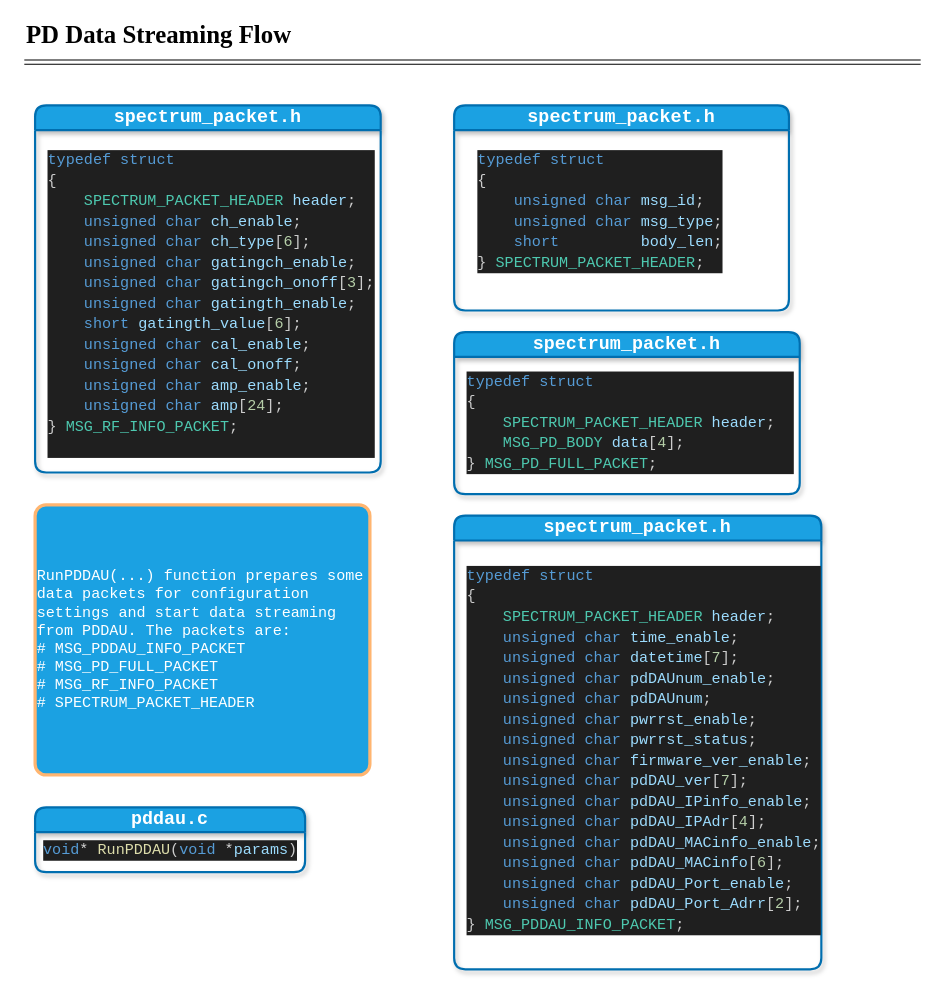
This is PDA Project/PD Data Stream Flow.drawio from jibonaronno/documentsA, a draw.io file, before an edit. Source tidied: cells renumbered, new cells numbered last; positions are measured from the earlier drawing's top-left corner, leaving out a move shared by most shapes. Both pictures are drawn from the tidied source at 108%, with x=0, y=0 at pixel (24, 18).
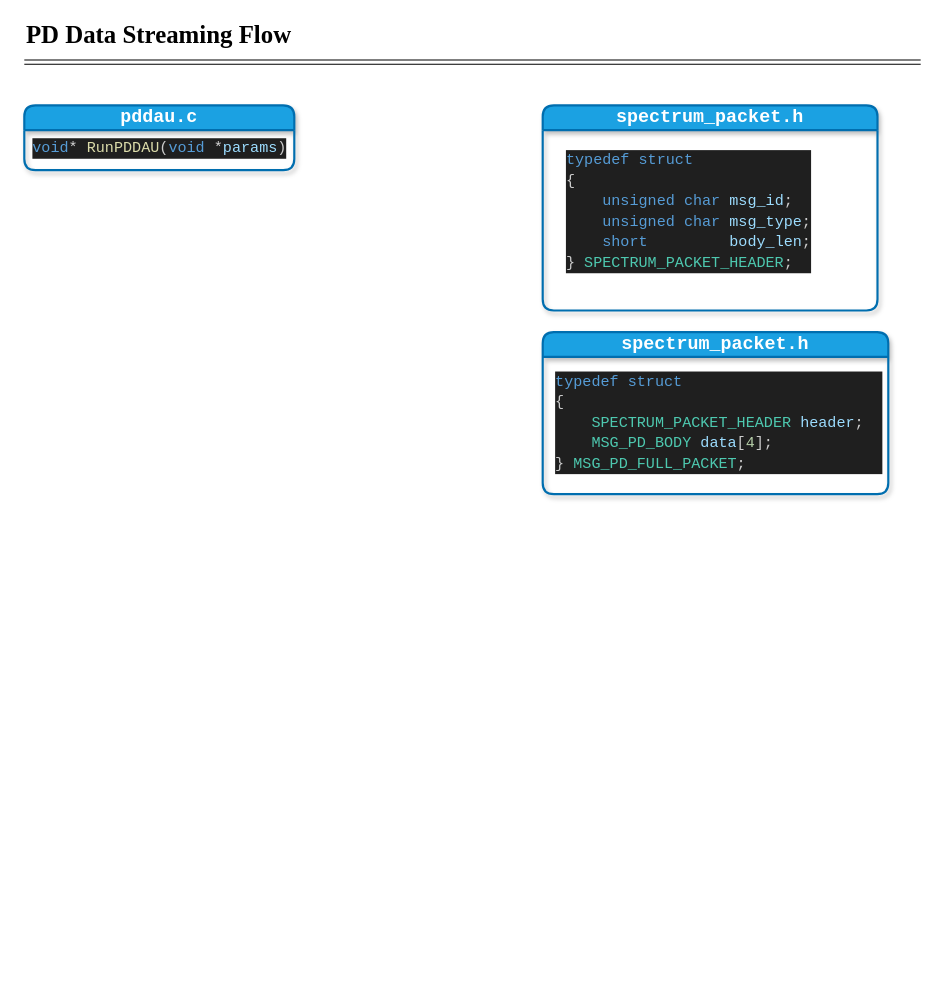
The same page after the edit.

Change to the diagram source:
```diff
@@
 <mxGraphModel>
   <root>
     <mxCell id="0" />
     <mxCell id="1" parent="0" />
     <mxCell id="2" style="edgeStyle=none;orthogonalLoop=1;jettySize=auto;html=1;rounded=0;shape=link;" parent="1" edge="1">
       <mxGeometry relative="1" as="geometry">
         <mxPoint y="40" as="sourcePoint" />
         <mxPoint x="830" y="40" as="targetPoint" />
         <Array as="points">
           <mxPoint x="390" y="40" />
         </Array>
       </mxGeometry>
     </mxCell>
     <mxCell id="3" value="&lt;font style=&quot;font-size: 23px;&quot; face=&quot;Times New Roman&quot;&gt;&lt;b&gt;PD Data Streaming Flow&lt;/b&gt;&lt;/font&gt;" style="text;strokeColor=none;align=left;fillColor=none;html=1;verticalAlign=middle;whiteSpace=wrap;rounded=0;" parent="1" vertex="1">
       <mxGeometry width="350" height="30" as="geometry" />
     </mxCell>
     <mxCell id="4" value="&lt;font face=&quot;Courier New&quot; style=&quot;font-size: 17px;&quot;&gt;pddau.c&lt;/font&gt;" style="swimlane;whiteSpace=wrap;html=1;swimlaneFillColor=none;rounded=1;fillColor=#1ba1e2;strokeColor=#006EAF;fontColor=#ffffff;strokeWidth=2;perimeterSpacing=4;glass=0;shadow=1;" parent="1" vertex="1">
-      <mxGeometry x="10" y="730" width="250" height="60" as="geometry" />
+      <mxGeometry y="80" width="250" height="60" as="geometry" />
     </mxCell>
     <mxCell id="5" value="&lt;div style=&quot;color: rgb(204, 204, 204); background-color: rgb(31, 31, 31); font-family: Consolas, &amp;quot;Courier New&amp;quot;, monospace; font-size: 14px; line-height: 19px; white-space-collapse: preserve;&quot;&gt;&lt;span style=&quot;color: #569cd6;&quot;&gt;void&lt;/span&gt;&lt;span style=&quot;color: #d4d4d4;&quot;&gt;*&lt;/span&gt; &lt;span style=&quot;color: #dcdcaa;&quot;&gt;RunPDDAU&lt;/span&gt;(&lt;span style=&quot;color: #569cd6;&quot;&gt;void&lt;/span&gt; &lt;span style=&quot;color: #d4d4d4;&quot;&gt;*&lt;/span&gt;&lt;span style=&quot;color: #9cdcfe;&quot;&gt;params&lt;/span&gt;)&lt;/div&gt;" style="text;html=1;align=center;verticalAlign=middle;strokeColor=none;fillColor=none;" parent="4" vertex="1">
       <mxGeometry x="5" y="25" width="240" height="30" as="geometry" />
     </mxCell>
     <mxCell id="6" value="&lt;font face=&quot;Courier New&quot; style=&quot;font-size: 17px;&quot;&gt;spectrum_packet.h&lt;/font&gt;" style="swimlane;whiteSpace=wrap;html=1;swimlaneFillColor=none;rounded=1;fillColor=#1ba1e2;strokeColor=#006EAF;fontColor=#ffffff;strokeWidth=2;perimeterSpacing=4;glass=0;shadow=1;" parent="1" vertex="1">
-      <mxGeometry x="398" y="80" width="310" height="190" as="geometry" />
+      <mxGeometry x="480" y="80" width="310" height="190" as="geometry" />
     </mxCell>
     <mxCell id="7" value="&lt;div style=&quot;color: #cccccc;background-color: #1f1f1f;font-family: Consolas, 'Courier New', monospace;font-weight: normal;font-size: 14px;line-height: 19px;white-space: pre;&quot;&gt;&lt;div&gt;&lt;span style=&quot;color: #569cd6;&quot;&gt;typedef&lt;/span&gt;&lt;span style=&quot;color: #cccccc;&quot;&gt; &lt;/span&gt;&lt;span style=&quot;color: #569cd6;&quot;&gt;struct&lt;/span&gt;&lt;/div&gt;&lt;div&gt;&lt;span style=&quot;color: #cccccc;&quot;&gt;{&lt;/span&gt;&lt;/div&gt;&lt;div&gt;&lt;span style=&quot;color: #cccccc;&quot;&gt;&amp;nbsp; &amp;nbsp; &lt;/span&gt;&lt;span style=&quot;color: #569cd6;&quot;&gt;unsigned&lt;/span&gt;&lt;span style=&quot;color: #cccccc;&quot;&gt; &lt;/span&gt;&lt;span style=&quot;color: #569cd6;&quot;&gt;char&lt;/span&gt;&lt;span style=&quot;color: #cccccc;&quot;&gt; &lt;/span&gt;&lt;span style=&quot;color: #9cdcfe;&quot;&gt;msg_id&lt;/span&gt;&lt;span style=&quot;color: #cccccc;&quot;&gt;;&lt;/span&gt;&lt;/div&gt;&lt;div&gt;&lt;span style=&quot;color: #cccccc;&quot;&gt;&amp;nbsp; &amp;nbsp; &lt;/span&gt;&lt;span style=&quot;color: #569cd6;&quot;&gt;unsigned&lt;/span&gt;&lt;span style=&quot;color: #cccccc;&quot;&gt; &lt;/span&gt;&lt;span style=&quot;color: #569cd6;&quot;&gt;char&lt;/span&gt;&lt;span style=&quot;color: #cccccc;&quot;&gt; &lt;/span&gt;&lt;span style=&quot;color: #9cdcfe;&quot;&gt;msg_type&lt;/span&gt;&lt;span style=&quot;color: #cccccc;&quot;&gt;;&lt;/span&gt;&lt;/div&gt;&lt;div&gt;&lt;span style=&quot;color: #cccccc;&quot;&gt;&amp;nbsp; &amp;nbsp; &lt;/span&gt;&lt;span style=&quot;color: #569cd6;&quot;&gt;short&lt;/span&gt;&lt;span style=&quot;color: #cccccc;&quot;&gt; &amp;nbsp; &amp;nbsp; &amp;nbsp; &amp;nbsp; &lt;/span&gt;&lt;span style=&quot;color: #9cdcfe;&quot;&gt;body_len&lt;/span&gt;&lt;span style=&quot;color: #cccccc;&quot;&gt;;&lt;/span&gt;&lt;/div&gt;&lt;div&gt;&lt;span style=&quot;color: #cccccc;&quot;&gt;} &lt;/span&gt;&lt;span style=&quot;color: #4ec9b0;&quot;&gt;SPECTRUM_PACKET_HEADER&lt;/span&gt;&lt;span style=&quot;color: #cccccc;&quot;&gt;;&lt;/span&gt;&lt;/div&gt;&lt;/div&gt;" style="text;whiteSpace=wrap;html=1;" parent="6" vertex="1">
       <mxGeometry x="20" y="35" width="240" height="140" as="geometry" />
     </mxCell>
     <mxCell id="8" value="&lt;font face=&quot;Courier New&quot; style=&quot;font-size: 17px;&quot;&gt;spectrum_packet.h&lt;/font&gt;" style="swimlane;whiteSpace=wrap;html=1;swimlaneFillColor=none;rounded=1;fillColor=#1ba1e2;strokeColor=#006EAF;fontColor=#ffffff;strokeWidth=2;perimeterSpacing=4;glass=0;shadow=1;" parent="1" vertex="1">
-      <mxGeometry x="398" y="290" width="320" height="150" as="geometry" />
+      <mxGeometry x="480" y="290" width="320" height="150" as="geometry" />
     </mxCell>
     <mxCell id="9" value="&lt;div style=&quot;color: #cccccc;background-color: #1f1f1f;font-family: Consolas, 'Courier New', monospace;font-weight: normal;font-size: 14px;line-height: 19px;white-space: pre;&quot;&gt;&lt;div&gt;&lt;span style=&quot;color: #569cd6;&quot;&gt;typedef&lt;/span&gt;&lt;span style=&quot;color: #cccccc;&quot;&gt; &lt;/span&gt;&lt;span style=&quot;color: #569cd6;&quot;&gt;struct&lt;/span&gt;&lt;/div&gt;&lt;div&gt;&lt;span style=&quot;color: #cccccc;&quot;&gt;{&lt;/span&gt;&lt;/div&gt;&lt;div&gt;&lt;span style=&quot;color: #cccccc;&quot;&gt;&amp;nbsp; &amp;nbsp; &lt;/span&gt;&lt;span style=&quot;color: #4ec9b0;&quot;&gt;SPECTRUM_PACKET_HEADER&lt;/span&gt;&lt;span style=&quot;color: #cccccc;&quot;&gt; &lt;/span&gt;&lt;span style=&quot;color: #9cdcfe;&quot;&gt;header&lt;/span&gt;&lt;span style=&quot;color: #cccccc;&quot;&gt;; &amp;nbsp;&lt;/span&gt;&lt;/div&gt;&lt;div&gt;&lt;span style=&quot;color: #cccccc;&quot;&gt;&amp;nbsp; &amp;nbsp; &lt;/span&gt;&lt;span style=&quot;color: #4ec9b0;&quot;&gt;MSG_PD_BODY&lt;/span&gt;&lt;span style=&quot;color: #cccccc;&quot;&gt; &lt;/span&gt;&lt;span style=&quot;color: #9cdcfe;&quot;&gt;data&lt;/span&gt;&lt;span style=&quot;color: #cccccc;&quot;&gt;[&lt;/span&gt;&lt;span style=&quot;color: #b5cea8;&quot;&gt;4&lt;/span&gt;&lt;span style=&quot;color: #cccccc;&quot;&gt;];&lt;/span&gt;&lt;/div&gt;&lt;div&gt;&lt;span style=&quot;color: #cccccc;&quot;&gt;} &lt;/span&gt;&lt;span style=&quot;color: #4ec9b0;&quot;&gt;MSG_PD_FULL_PACKET&lt;/span&gt;&lt;span style=&quot;color: #cccccc;&quot;&gt;;&lt;/span&gt;&lt;/div&gt;&lt;/div&gt;" style="text;whiteSpace=wrap;html=1;" parent="8" vertex="1">
       <mxGeometry x="10" y="30" width="310" height="120" as="geometry" />
     </mxCell>
-    <mxCell id="10" value="&lt;font face=&quot;Courier New&quot; style=&quot;font-size: 17px;&quot;&gt;spectrum_packet.h&lt;/font&gt;" style="swimlane;whiteSpace=wrap;html=1;swimlaneFillColor=none;rounded=1;fillColor=#1ba1e2;strokeColor=#006EAF;fontColor=#ffffff;strokeWidth=2;perimeterSpacing=4;glass=0;shadow=1;" parent="1" vertex="1">
-      <mxGeometry x="398" y="460" width="340" height="420" as="geometry" />
-    </mxCell>
-    <mxCell id="11" value="&lt;div style=&quot;color: #cccccc;background-color: #1f1f1f;font-family: Consolas, 'Courier New', monospace;font-weight: normal;font-size: 14px;line-height: 19px;white-space: pre;&quot;&gt;&lt;div&gt;&lt;span style=&quot;color: #569cd6;&quot;&gt;typedef&lt;/span&gt;&lt;span style=&quot;color: #cccccc;&quot;&gt; &lt;/span&gt;&lt;span style=&quot;color: #569cd6;&quot;&gt;struct&lt;/span&gt;&lt;/div&gt;&lt;div&gt;&lt;span style=&quot;color: #cccccc;&quot;&gt;{&lt;/span&gt;&lt;/div&gt;&lt;div&gt;&lt;span style=&quot;color: #cccccc;&quot;&gt;&amp;nbsp; &amp;nbsp; &lt;/span&gt;&lt;span style=&quot;color: #4ec9b0;&quot;&gt;SPECTRUM_PACKET_HEADER&lt;/span&gt;&lt;span style=&quot;color: #cccccc;&quot;&gt; &lt;/span&gt;&lt;span style=&quot;color: #9cdcfe;&quot;&gt;header&lt;/span&gt;&lt;span style=&quot;color: #cccccc;&quot;&gt;; &amp;nbsp;&lt;/span&gt;&lt;/div&gt;&lt;div&gt;&lt;span style=&quot;color: #cccccc;&quot;&gt;&amp;nbsp; &amp;nbsp; &lt;/span&gt;&lt;span style=&quot;color: #569cd6;&quot;&gt;unsigned&lt;/span&gt;&lt;span style=&quot;color: #cccccc;&quot;&gt; &lt;/span&gt;&lt;span style=&quot;color: #569cd6;&quot;&gt;char&lt;/span&gt;&lt;span style=&quot;color: #cccccc;&quot;&gt; &lt;/span&gt;&lt;span style=&quot;color: #9cdcfe;&quot;&gt;time_enable&lt;/span&gt;&lt;span style=&quot;color: #cccccc;&quot;&gt;;&lt;/span&gt;&lt;/div&gt;&lt;div&gt;&lt;span style=&quot;color: #cccccc;&quot;&gt;&amp;nbsp; &amp;nbsp; &lt;/span&gt;&lt;span style=&quot;color: #569cd6;&quot;&gt;unsigned&lt;/span&gt;&lt;span style=&quot;color: #cccccc;&quot;&gt; &lt;/span&gt;&lt;span style=&quot;color: #569cd6;&quot;&gt;char&lt;/span&gt;&lt;span style=&quot;color: #cccccc;&quot;&gt; &lt;/span&gt;&lt;span style=&quot;color: #9cdcfe;&quot;&gt;datetime&lt;/span&gt;&lt;span style=&quot;color: #cccccc;&quot;&gt;[&lt;/span&gt;&lt;span style=&quot;color: #b5cea8;&quot;&gt;7&lt;/span&gt;&lt;span style=&quot;color: #cccccc;&quot;&gt;];&lt;/span&gt;&lt;/div&gt;&lt;div&gt;&lt;span style=&quot;color: #cccccc;&quot;&gt;&amp;nbsp; &amp;nbsp; &lt;/span&gt;&lt;span style=&quot;color: #569cd6;&quot;&gt;unsigned&lt;/span&gt;&lt;span style=&quot;color: #cccccc;&quot;&gt; &lt;/span&gt;&lt;span style=&quot;color: #569cd6;&quot;&gt;char&lt;/span&gt;&lt;span style=&quot;color: #cccccc;&quot;&gt; &lt;/span&gt;&lt;span style=&quot;color: #9cdcfe;&quot;&gt;pdDAUnum_enable&lt;/span&gt;&lt;span style=&quot;color: #cccccc;&quot;&gt;;&lt;/span&gt;&lt;/div&gt;&lt;div&gt;&lt;span style=&quot;color: #cccccc;&quot;&gt;&amp;nbsp; &amp;nbsp; &lt;/span&gt;&lt;span style=&quot;color: #569cd6;&quot;&gt;unsigned&lt;/span&gt;&lt;span style=&quot;color: #cccccc;&quot;&gt; &lt;/span&gt;&lt;span style=&quot;color: #569cd6;&quot;&gt;char&lt;/span&gt;&lt;span style=&quot;color: #cccccc;&quot;&gt; &lt;/span&gt;&lt;span style=&quot;color: #9cdcfe;&quot;&gt;pdDAUnum&lt;/span&gt;&lt;span style=&quot;color: #cccccc;&quot;&gt;;&lt;/span&gt;&lt;/div&gt;&lt;div&gt;&lt;span style=&quot;color: #cccccc;&quot;&gt;&amp;nbsp; &amp;nbsp; &lt;/span&gt;&lt;span style=&quot;color: #569cd6;&quot;&gt;unsigned&lt;/span&gt;&lt;span style=&quot;color: #cccccc;&quot;&gt; &lt;/span&gt;&lt;span style=&quot;color: #569cd6;&quot;&gt;char&lt;/span&gt;&lt;span style=&quot;color: #cccccc;&quot;&gt; &lt;/span&gt;&lt;span style=&quot;color: #9cdcfe;&quot;&gt;pwrrst_enable&lt;/span&gt;&lt;span style=&quot;color: #cccccc;&quot;&gt;;&lt;/span&gt;&lt;/div&gt;&lt;div&gt;&lt;span style=&quot;color: #cccccc;&quot;&gt;&amp;nbsp; &amp;nbsp; &lt;/span&gt;&lt;span style=&quot;color: #569cd6;&quot;&gt;unsigned&lt;/span&gt;&lt;span style=&quot;color: #cccccc;&quot;&gt; &lt;/span&gt;&lt;span style=&quot;color: #569cd6;&quot;&gt;char&lt;/span&gt;&lt;span style=&quot;color: #cccccc;&quot;&gt; &lt;/span&gt;&lt;span style=&quot;color: #9cdcfe;&quot;&gt;pwrrst_status&lt;/span&gt;&lt;span style=&quot;color: #cccccc;&quot;&gt;;&lt;/span&gt;&lt;/div&gt;&lt;div&gt;&lt;span style=&quot;color: #cccccc;&quot;&gt;&amp;nbsp; &amp;nbsp; &lt;/span&gt;&lt;span style=&quot;color: #569cd6;&quot;&gt;unsigned&lt;/span&gt;&lt;span style=&quot;color: #cccccc;&quot;&gt; &lt;/span&gt;&lt;span style=&quot;color: #569cd6;&quot;&gt;char&lt;/span&gt;&lt;span style=&quot;color: #cccccc;&quot;&gt; &lt;/span&gt;&lt;span style=&quot;color: #9cdcfe;&quot;&gt;firmware_ver_enable&lt;/span&gt;&lt;span style=&quot;color: #cccccc;&quot;&gt;;&lt;/span&gt;&lt;/div&gt;&lt;div&gt;&lt;span style=&quot;color: #cccccc;&quot;&gt;&amp;nbsp; &amp;nbsp; &lt;/span&gt;&lt;span style=&quot;color: #569cd6;&quot;&gt;unsigned&lt;/span&gt;&lt;span style=&quot;color: #cccccc;&quot;&gt; &lt;/span&gt;&lt;span style=&quot;color: #569cd6;&quot;&gt;char&lt;/span&gt;&lt;span style=&quot;color: #cccccc;&quot;&gt; &lt;/span&gt;&lt;span style=&quot;color: #9cdcfe;&quot;&gt;pdDAU_ver&lt;/span&gt;&lt;span style=&quot;color: #cccccc;&quot;&gt;[&lt;/span&gt;&lt;span style=&quot;color: #b5cea8;&quot;&gt;7&lt;/span&gt;&lt;span style=&quot;color: #cccccc;&quot;&gt;];&lt;/span&gt;&lt;/div&gt;&lt;div&gt;&lt;span style=&quot;color: #cccccc;&quot;&gt;&amp;nbsp; &amp;nbsp; &lt;/span&gt;&lt;span style=&quot;color: #569cd6;&quot;&gt;unsigned&lt;/span&gt;&lt;span style=&quot;color: #cccccc;&quot;&gt; &lt;/span&gt;&lt;span style=&quot;color: #569cd6;&quot;&gt;char&lt;/span&gt;&lt;span style=&quot;color: #cccccc;&quot;&gt; &lt;/span&gt;&lt;span style=&quot;color: #9cdcfe;&quot;&gt;pdDAU_IPinfo_enable&lt;/span&gt;&lt;span style=&quot;color: #cccccc;&quot;&gt;;&lt;/span&gt;&lt;/div&gt;&lt;div&gt;&lt;span style=&quot;color: #cccccc;&quot;&gt;&amp;nbsp; &amp;nbsp; &lt;/span&gt;&lt;span style=&quot;color: #569cd6;&quot;&gt;unsigned&lt;/span&gt;&lt;span style=&quot;color: #cccccc;&quot;&gt; &lt;/span&gt;&lt;span style=&quot;color: #569cd6;&quot;&gt;char&lt;/span&gt;&lt;span style=&quot;color: #cccccc;&quot;&gt; &lt;/span&gt;&lt;span style=&quot;color: #9cdcfe;&quot;&gt;pdDAU_IPAdr&lt;/span&gt;&lt;span style=&quot;color: #cccccc;&quot;&gt;[&lt;/span&gt;&lt;span style=&quot;color: #b5cea8;&quot;&gt;4&lt;/span&gt;&lt;span style=&quot;color: #cccccc;&quot;&gt;];&lt;/span&gt;&lt;/div&gt;&lt;div&gt;&lt;span style=&quot;color: #cccccc;&quot;&gt;&amp;nbsp; &amp;nbsp; &lt;/span&gt;&lt;span style=&quot;color: #569cd6;&quot;&gt;unsigned&lt;/span&gt;&lt;span style=&quot;color: #cccccc;&quot;&gt; &lt;/span&gt;&lt;span style=&quot;color: #569cd6;&quot;&gt;char&lt;/span&gt;&lt;span style=&quot;color: #cccccc;&quot;&gt; &lt;/span&gt;&lt;span style=&quot;color: #9cdcfe;&quot;&gt;pdDAU_MACinfo_enable&lt;/span&gt;&lt;span style=&quot;color: #cccccc;&quot;&gt;;&lt;/span&gt;&lt;/div&gt;&lt;div&gt;&lt;span style=&quot;color: #cccccc;&quot;&gt;&amp;nbsp; &amp;nbsp; &lt;/span&gt;&lt;span style=&quot;color: #569cd6;&quot;&gt;unsigned&lt;/span&gt;&lt;span style=&quot;color: #cccccc;&quot;&gt; &lt;/span&gt;&lt;span style=&quot;color: #569cd6;&quot;&gt;char&lt;/span&gt;&lt;span style=&quot;color: #cccccc;&quot;&gt; &lt;/span&gt;&lt;span style=&quot;color: #9cdcfe;&quot;&gt;pdDAU_MACinfo&lt;/span&gt;&lt;span style=&quot;color: #cccccc;&quot;&gt;[&lt;/span&gt;&lt;span style=&quot;color: #b5cea8;&quot;&gt;6&lt;/span&gt;&lt;span style=&quot;color: #cccccc;&quot;&gt;];&lt;/span&gt;&lt;/div&gt;&lt;div&gt;&lt;span style=&quot;color: #cccccc;&quot;&gt;&amp;nbsp; &amp;nbsp; &lt;/span&gt;&lt;span style=&quot;color: #569cd6;&quot;&gt;unsigned&lt;/span&gt;&lt;span style=&quot;color: #cccccc;&quot;&gt; &lt;/span&gt;&lt;span style=&quot;color: #569cd6;&quot;&gt;char&lt;/span&gt;&lt;span style=&quot;color: #cccccc;&quot;&gt; &lt;/span&gt;&lt;span style=&quot;color: #9cdcfe;&quot;&gt;pdDAU_Port_enable&lt;/span&gt;&lt;span style=&quot;color: #cccccc;&quot;&gt;;&lt;/span&gt;&lt;/div&gt;&lt;div&gt;&lt;span style=&quot;color: #cccccc;&quot;&gt;&amp;nbsp; &amp;nbsp; &lt;/span&gt;&lt;span style=&quot;color: #569cd6;&quot;&gt;unsigned&lt;/span&gt;&lt;span style=&quot;color: #cccccc;&quot;&gt; &lt;/span&gt;&lt;span style=&quot;color: #569cd6;&quot;&gt;char&lt;/span&gt;&lt;span style=&quot;color: #cccccc;&quot;&gt; &lt;/span&gt;&lt;span style=&quot;color: #9cdcfe;&quot;&gt;pdDAU_Port_Adrr&lt;/span&gt;&lt;span style=&quot;color: #cccccc;&quot;&gt;[&lt;/span&gt;&lt;span style=&quot;color: #b5cea8;&quot;&gt;2&lt;/span&gt;&lt;span style=&quot;color: #cccccc;&quot;&gt;];&lt;/span&gt;&lt;/div&gt;&lt;div&gt;&lt;span style=&quot;color: #cccccc;&quot;&gt;} &lt;/span&gt;&lt;span style=&quot;color: #4ec9b0;&quot;&gt;MSG_PDDAU_INFO_PACKET&lt;/span&gt;&lt;span style=&quot;color: #cccccc;&quot;&gt;;&lt;/span&gt;&lt;/div&gt;&lt;/div&gt;" style="text;whiteSpace=wrap;html=1;" parent="10" vertex="1">
-      <mxGeometry x="10" y="40" width="330" height="370" as="geometry" />
-    </mxCell>
-    <mxCell id="12" value="&lt;font face=&quot;Courier New&quot; style=&quot;font-size: 17px;&quot;&gt;spectrum_packet.h&lt;/font&gt;" style="swimlane;whiteSpace=wrap;html=1;swimlaneFillColor=none;rounded=1;fillColor=#1ba1e2;strokeColor=#006EAF;fontColor=#ffffff;strokeWidth=2;perimeterSpacing=4;glass=0;shadow=1;" parent="1" vertex="1">
-      <mxGeometry x="10" y="80" width="320" height="340" as="geometry" />
-    </mxCell>
-    <mxCell id="13" value="&lt;div style=&quot;color: #cccccc;background-color: #1f1f1f;font-family: Consolas, 'Courier New', monospace;font-weight: normal;font-size: 14px;line-height: 19px;white-space: pre;&quot;&gt;&lt;div&gt;&lt;span style=&quot;color: #569cd6;&quot;&gt;typedef&lt;/span&gt;&lt;span style=&quot;color: #cccccc;&quot;&gt; &lt;/span&gt;&lt;span style=&quot;color: #569cd6;&quot;&gt;struct&lt;/span&gt;&lt;/div&gt;&lt;div&gt;&lt;span style=&quot;color: #cccccc;&quot;&gt;{&lt;/span&gt;&lt;/div&gt;&lt;div&gt;&lt;span style=&quot;color: #cccccc;&quot;&gt;&amp;nbsp; &amp;nbsp; &lt;/span&gt;&lt;span style=&quot;color: #4ec9b0;&quot;&gt;SPECTRUM_PACKET_HEADER&lt;/span&gt;&lt;span style=&quot;color: #cccccc;&quot;&gt; &lt;/span&gt;&lt;span style=&quot;color: #9cdcfe;&quot;&gt;header&lt;/span&gt;&lt;span style=&quot;color: #cccccc;&quot;&gt;;&lt;/span&gt;&lt;/div&gt;&lt;div&gt;&lt;span style=&quot;color: #cccccc;&quot;&gt;&amp;nbsp; &amp;nbsp; &lt;/span&gt;&lt;span style=&quot;color: #569cd6;&quot;&gt;unsigned&lt;/span&gt;&lt;span style=&quot;color: #cccccc;&quot;&gt; &lt;/span&gt;&lt;span style=&quot;color: #569cd6;&quot;&gt;char&lt;/span&gt;&lt;span style=&quot;color: #cccccc;&quot;&gt; &lt;/span&gt;&lt;span style=&quot;color: #9cdcfe;&quot;&gt;ch_enable&lt;/span&gt;&lt;span style=&quot;color: #cccccc;&quot;&gt;;&lt;/span&gt;&lt;/div&gt;&lt;div&gt;&lt;span style=&quot;color: #cccccc;&quot;&gt;&amp;nbsp; &amp;nbsp; &lt;/span&gt;&lt;span style=&quot;color: #569cd6;&quot;&gt;unsigned&lt;/span&gt;&lt;span style=&quot;color: #cccccc;&quot;&gt; &lt;/span&gt;&lt;span style=&quot;color: #569cd6;&quot;&gt;char&lt;/span&gt;&lt;span style=&quot;color: #cccccc;&quot;&gt; &lt;/span&gt;&lt;span style=&quot;color: #9cdcfe;&quot;&gt;ch_type&lt;/span&gt;&lt;span style=&quot;color: #cccccc;&quot;&gt;[&lt;/span&gt;&lt;span style=&quot;color: #b5cea8;&quot;&gt;6&lt;/span&gt;&lt;span style=&quot;color: #cccccc;&quot;&gt;];&lt;/span&gt;&lt;/div&gt;&lt;div&gt;&lt;span style=&quot;color: #cccccc;&quot;&gt;&amp;nbsp; &amp;nbsp; &lt;/span&gt;&lt;span style=&quot;color: #569cd6;&quot;&gt;unsigned&lt;/span&gt;&lt;span style=&quot;color: #cccccc;&quot;&gt; &lt;/span&gt;&lt;span style=&quot;color: #569cd6;&quot;&gt;char&lt;/span&gt;&lt;span style=&quot;color: #cccccc;&quot;&gt; &lt;/span&gt;&lt;span style=&quot;color: #9cdcfe;&quot;&gt;gatingch_enable&lt;/span&gt;&lt;span style=&quot;color: #cccccc;&quot;&gt;;&lt;/span&gt;&lt;/div&gt;&lt;div&gt;&lt;span style=&quot;color: #cccccc;&quot;&gt;&amp;nbsp; &amp;nbsp; &lt;/span&gt;&lt;span style=&quot;color: #569cd6;&quot;&gt;unsigned&lt;/span&gt;&lt;span style=&quot;color: #cccccc;&quot;&gt; &lt;/span&gt;&lt;span style=&quot;color: #569cd6;&quot;&gt;char&lt;/span&gt;&lt;span style=&quot;color: #cccccc;&quot;&gt; &lt;/span&gt;&lt;span style=&quot;color: #9cdcfe;&quot;&gt;gatingch_onoff&lt;/span&gt;&lt;span style=&quot;color: #cccccc;&quot;&gt;[&lt;/span&gt;&lt;span style=&quot;color: #b5cea8;&quot;&gt;3&lt;/span&gt;&lt;span style=&quot;color: #cccccc;&quot;&gt;];&lt;/span&gt;&lt;/div&gt;&lt;div&gt;&lt;span style=&quot;color: #cccccc;&quot;&gt;&amp;nbsp; &amp;nbsp; &lt;/span&gt;&lt;span style=&quot;color: #569cd6;&quot;&gt;unsigned&lt;/span&gt;&lt;span style=&quot;color: #cccccc;&quot;&gt; &lt;/span&gt;&lt;span style=&quot;color: #569cd6;&quot;&gt;char&lt;/span&gt;&lt;span style=&quot;color: #cccccc;&quot;&gt; &lt;/span&gt;&lt;span style=&quot;color: #9cdcfe;&quot;&gt;gatingth_enable&lt;/span&gt;&lt;span style=&quot;color: #cccccc;&quot;&gt;;&lt;/span&gt;&lt;/div&gt;&lt;div&gt;&lt;span style=&quot;color: #cccccc;&quot;&gt;&amp;nbsp; &amp;nbsp; &lt;/span&gt;&lt;span style=&quot;color: #569cd6;&quot;&gt;short&lt;/span&gt;&lt;span style=&quot;color: #cccccc;&quot;&gt; &lt;/span&gt;&lt;span style=&quot;color: #9cdcfe;&quot;&gt;gatingth_value&lt;/span&gt;&lt;span style=&quot;color: #cccccc;&quot;&gt;[&lt;/span&gt;&lt;span style=&quot;color: #b5cea8;&quot;&gt;6&lt;/span&gt;&lt;span style=&quot;color: #cccccc;&quot;&gt;];&lt;/span&gt;&lt;/div&gt;&lt;div&gt;&lt;span style=&quot;color: #cccccc;&quot;&gt;&amp;nbsp; &amp;nbsp; &lt;/span&gt;&lt;span style=&quot;color: #569cd6;&quot;&gt;unsigned&lt;/span&gt;&lt;span style=&quot;color: #cccccc;&quot;&gt; &lt;/span&gt;&lt;span style=&quot;color: #569cd6;&quot;&gt;char&lt;/span&gt;&lt;span style=&quot;color: #cccccc;&quot;&gt; &lt;/span&gt;&lt;span style=&quot;color: #9cdcfe;&quot;&gt;cal_enable&lt;/span&gt;&lt;span style=&quot;color: #cccccc;&quot;&gt;;&lt;/span&gt;&lt;/div&gt;&lt;div&gt;&lt;span style=&quot;color: #cccccc;&quot;&gt;&amp;nbsp; &amp;nbsp; &lt;/span&gt;&lt;span style=&quot;color: #569cd6;&quot;&gt;unsigned&lt;/span&gt;&lt;span style=&quot;color: #cccccc;&quot;&gt; &lt;/span&gt;&lt;span style=&quot;color: #569cd6;&quot;&gt;char&lt;/span&gt;&lt;span style=&quot;color: #cccccc;&quot;&gt; &lt;/span&gt;&lt;span style=&quot;color: #9cdcfe;&quot;&gt;cal_onoff&lt;/span&gt;&lt;span style=&quot;color: #cccccc;&quot;&gt;;&lt;/span&gt;&lt;/div&gt;&lt;div&gt;&lt;span style=&quot;color: #cccccc;&quot;&gt;&amp;nbsp; &amp;nbsp; &lt;/span&gt;&lt;span style=&quot;color: #569cd6;&quot;&gt;unsigned&lt;/span&gt;&lt;span style=&quot;color: #cccccc;&quot;&gt; &lt;/span&gt;&lt;span style=&quot;color: #569cd6;&quot;&gt;char&lt;/span&gt;&lt;span style=&quot;color: #cccccc;&quot;&gt; &lt;/span&gt;&lt;span style=&quot;color: #9cdcfe;&quot;&gt;amp_enable&lt;/span&gt;&lt;span style=&quot;color: #cccccc;&quot;&gt;;&lt;/span&gt;&lt;/div&gt;&lt;div&gt;&lt;span style=&quot;color: #cccccc;&quot;&gt;&amp;nbsp; &amp;nbsp; &lt;/span&gt;&lt;span style=&quot;color: #569cd6;&quot;&gt;unsigned&lt;/span&gt;&lt;span style=&quot;color: #cccccc;&quot;&gt; &lt;/span&gt;&lt;span style=&quot;color: #569cd6;&quot;&gt;char&lt;/span&gt;&lt;span style=&quot;color: #cccccc;&quot;&gt; &lt;/span&gt;&lt;span style=&quot;color: #9cdcfe;&quot;&gt;amp&lt;/span&gt;&lt;span style=&quot;color: #cccccc;&quot;&gt;[&lt;/span&gt;&lt;span style=&quot;color: #b5cea8;&quot;&gt;24&lt;/span&gt;&lt;span style=&quot;color: #cccccc;&quot;&gt;];&lt;/span&gt;&lt;/div&gt;&lt;div&gt;&lt;span style=&quot;color: #cccccc;&quot;&gt;} &lt;/span&gt;&lt;span style=&quot;color: #4ec9b0;&quot;&gt;MSG_RF_INFO_PACKET&lt;/span&gt;&lt;span style=&quot;color: #cccccc;&quot;&gt;;&lt;/span&gt;&lt;/div&gt;&lt;br&gt;&lt;/div&gt;" style="text;whiteSpace=wrap;html=1;" parent="12" vertex="1">
-      <mxGeometry x="10" y="35" width="310" height="310" as="geometry" />
-    </mxCell>
-    <mxCell id="14" value="&lt;font face=&quot;Courier New&quot; style=&quot;font-size: 14px;&quot;&gt;RunPDDAU(...) function prepares some data packets for configuration settings and start data streaming from PDDAU. The packets are:&amp;nbsp;&lt;/font&gt;&lt;div&gt;&lt;font face=&quot;Courier New&quot; style=&quot;font-size: 14px;&quot;&gt;# MSG_PDDAU_INFO_PACKET&lt;/font&gt;&lt;/div&gt;&lt;div&gt;&lt;font face=&quot;Courier New&quot; style=&quot;font-size: 14px;&quot;&gt;# MSG_PD_FULL_PACKET&lt;/font&gt;&lt;/div&gt;&lt;div&gt;&lt;font face=&quot;Courier New&quot; style=&quot;font-size: 14px;&quot;&gt;# MSG_RF_INFO_PACKET&lt;/font&gt;&lt;/div&gt;&lt;div&gt;&lt;font face=&quot;Courier New&quot; style=&quot;font-size: 14px;&quot;&gt;# SPECTRUM_PACKET_HEADER&lt;/font&gt;&lt;/div&gt;" style="rounded=1;whiteSpace=wrap;html=1;arcSize=4;fillColor=#1ba1e2;fontColor=#ffffff;strokeColor=#FFB570;strokeWidth=3;align=left;" parent="1" vertex="1">
-      <mxGeometry x="10" y="450" width="310" height="250" as="geometry" />
-    </mxCell>
   </root>
 </mxGraphModel>
```
